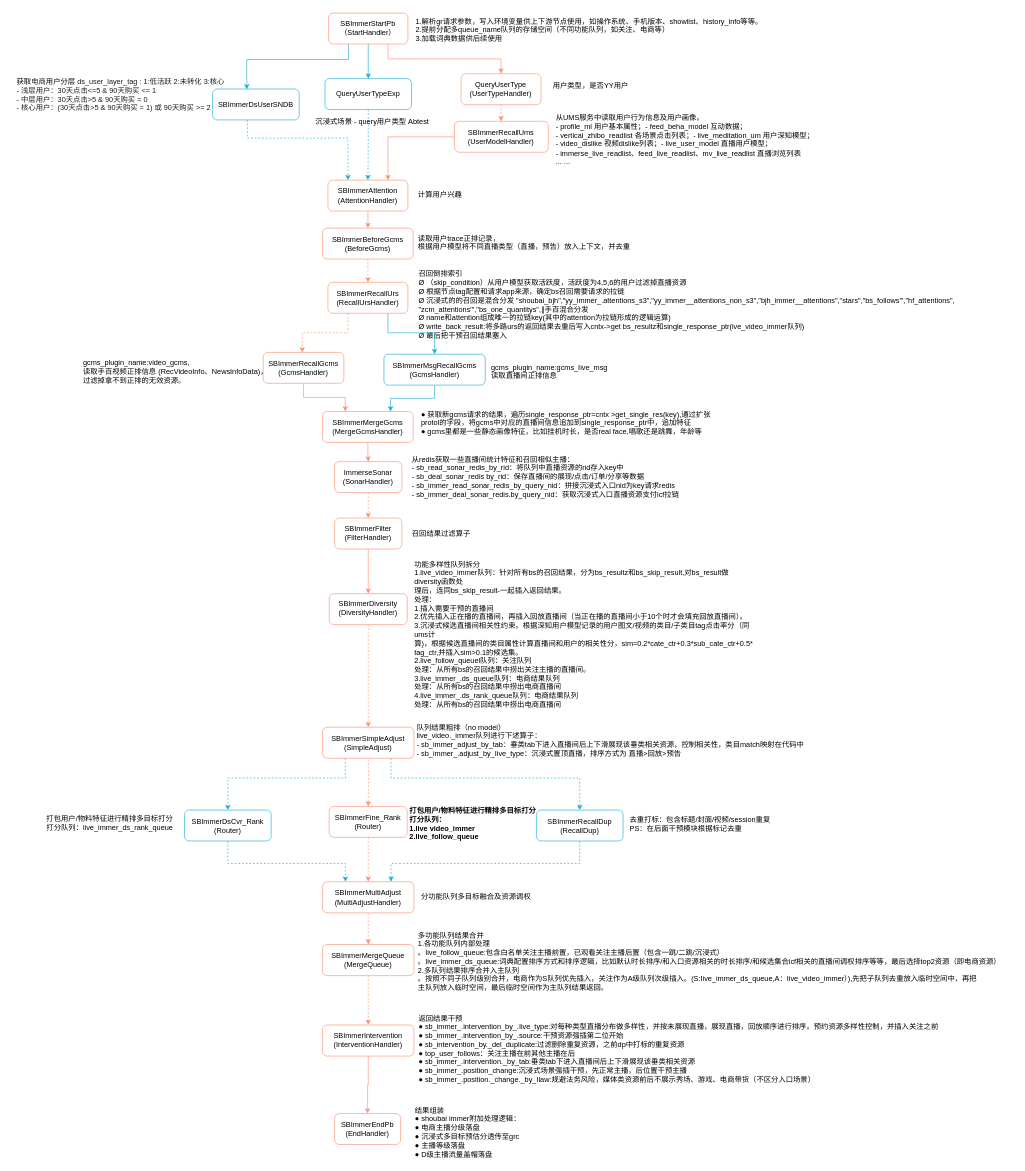
Before: live_video_immer.flow.drawio in snorlaxse/draw.io, a draw.io diagram. Source tidied: cells renumbered, new cells numbered last; positions are measured from the earlier drawing's top-left corner, leaving out a move shared by most shapes. Both pictures are drawn from the tidied source at 61%, with x=0, y=0 at pixel (10, 10).
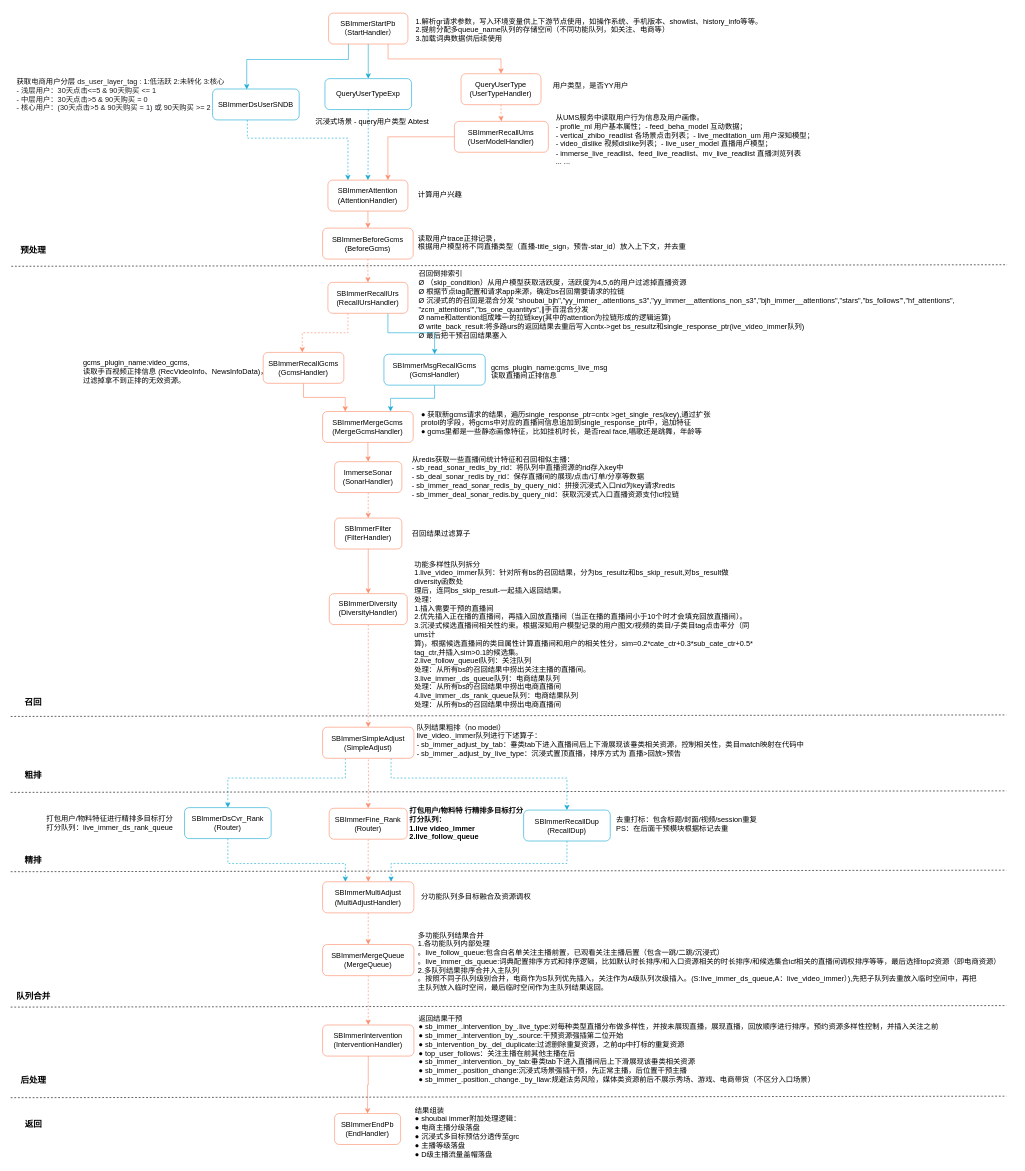
The same diagram, later.

Unchanged cells that the change refers to:
```xml
<mxCell id="39" value="SBImmerSimpleAdjust&lt;div&gt;(SimpleAdjust)&lt;br&gt;&lt;/div&gt;" style="rounded=1;whiteSpace=wrap;html=1;strokeColor=#FC8D6A;" parent="1" vertex="1">
  <mxGeometry x="511.3" y="1174.6" width="149.7" height="51" as="geometry" />
</mxCell>
<mxCell id="40" value="SBImmerMultiAdjust&lt;div&gt;(MultiAdjustHandler)&lt;br&gt;&lt;/div&gt;" style="rounded=1;whiteSpace=wrap;html=1;strokeColor=#FC8D6A;" parent="1" vertex="1">
  <mxGeometry x="511.3" y="1428" width="149.7" height="51" as="geometry" />
</mxCell>
```

Change to the diagram source:
```diff
@@
+    <mxCell id="72" style="endArrow=none;dashed=1;html=1;rounded=0;entryX=0.983;entryY=-0.01;entryDx=0;entryDy=0;entryPerimeter=0;" parent="1" edge="1">
+      <mxGeometry relative="1" as="geometry">
+        <mxPoint x="1" y="419" as="sourcePoint" />
+        <mxPoint x="1633.4" y="416.5" as="targetPoint" />
+      </mxGeometry>
+    </mxCell>
@@
-    <mxCell id="6" value="读取用户trace正排记录，&#10;根据用户模型将不同直播类型（直播，预告）放入上下文，并去重" style="text;whiteSpace=wrap;" parent="1" vertex="1">
+    <mxCell id="6" value="读取用户trace正排记录，&#10;根据用户模型将不同直播类型（直播-title_sign，预告-star_id）放入上下文，并去重" style="text;whiteSpace=wrap;" parent="1" vertex="1">
       <mxGeometry x="666" y="360" width="450" height="40" as="geometry" />
     </mxCell>
@@
     <mxCell id="36" style="edgeStyle=orthogonalEdgeStyle;rounded=0;jettySize=auto;html=1;exitX=0.75;exitY=1;exitDx=0;exitDy=0;strokeColor=#17AAD5;dashed=1;entryX=0.5;entryY=0;entryDx=0;entryDy=0;" parent="1" edge="1" source="39" target="53">
       <mxGeometry relative="1" as="geometry">
         <Array as="points">
           <mxPoint x="624" y="1258" />
-          <mxPoint x="933" y="1258" />
+          <mxPoint x="912" y="1258" />
         </Array>
       </mxGeometry>
     </mxCell>
     <mxCell id="37" value="SBImmerFine_Rank&lt;div&gt;(Router)&lt;br&gt;&lt;/div&gt;" style="rounded=1;whiteSpace=wrap;html=1;strokeColor=#FC8D6A;" parent="1" vertex="1">
-      <mxGeometry x="522.2" y="1304.5" width="127.8" height="50.7" as="geometry" />
+      <mxGeometry x="522.2" y="1307.5" width="127.8" height="50.7" as="geometry" />
     </mxCell>
@@
     <mxCell id="51" value="SBImmerDsCvr_Rank&lt;div&gt;(Router)&lt;br&gt;&lt;/div&gt;" style="rounded=1;whiteSpace=wrap;html=1;strokeColor=#17AAD5;" parent="1" vertex="1">
-      <mxGeometry x="285" y="1310.5" width="142" height="50.7" as="geometry" />
+      <mxGeometry x="285" y="1306.5" width="142" height="50.7" as="geometry" />
     </mxCell>
     <mxCell id="52" style="edgeStyle=orthogonalEdgeStyle;rounded=0;jettySize=auto;html=1;entryX=0.75;entryY=0;entryDx=0;entryDy=0;dashed=1;strokeColor=#17AAD5;" parent="1" edge="1" source="53" target="40">
       <mxGeometry relative="1" as="geometry">
         <Array as="points">
-          <mxPoint x="933" y="1398" />
+          <mxPoint x="912" y="1398" />
           <mxPoint x="624" y="1398" />
         </Array>
       </mxGeometry>
     </mxCell>
     <mxCell id="53" value="SBImmerRecallDup&lt;div&gt;(RecallDup)&lt;br&gt;&lt;/div&gt;" style="rounded=1;whiteSpace=wrap;html=1;strokeColor=#17AAD5;" parent="1" vertex="1">
-      <mxGeometry x="861.9" y="1310.5" width="142" height="50.7" as="geometry" />
+      <mxGeometry x="840.9" y="1310.5" width="142" height="50.7" as="geometry" />
     </mxCell>
@@
-    <mxCell id="62" value="打包用户/物料特征进行精排多目标打分&#10;打分队列：&#10;1.live video_immer&#10;2.live_follow_queue" style="text;whiteSpace=wrap;fontStyle=1;" parent="1" vertex="1">
+    <mxCell id="62" value="打包用户/物料特 行精排多目标打分&#10;打分队列：&#10;1.live video_immer&#10;2.live_follow_queue" style="text;whiteSpace=wrap;fontStyle=1;" parent="1" vertex="1">
       <mxGeometry x="652" y="1298" width="240" height="80" as="geometry" />
     </mxCell>
     <mxCell id="63" value="去重打标：包含标题/封面/视频/session重复&#10;PS：在后面干预模块根据标记去重" style="text;whiteSpace=wrap;" parent="1" vertex="1">
-      <mxGeometry x="1013" y="1313" width="260" height="50" as="geometry" />
+      <mxGeometry x="991" y="1313" width="260" height="50" as="geometry" />
     </mxCell>
@@
+    <mxCell id="73" style="endArrow=none;dashed=1;html=1;rounded=0;entryX=0.983;entryY=-0.01;entryDx=0;entryDy=0;entryPerimeter=0;" parent="1" edge="1">
+      <mxGeometry relative="1" as="geometry">
+        <mxPoint y="1157" as="sourcePoint" />
+        <mxPoint x="1632.4" y="1154.5" as="targetPoint" />
+      </mxGeometry>
+    </mxCell>
+    <mxCell id="74" style="endArrow=none;dashed=1;html=1;rounded=0;entryX=0.983;entryY=-0.01;entryDx=0;entryDy=0;entryPerimeter=0;" parent="1" edge="1">
+      <mxGeometry relative="1" as="geometry">
+        <mxPoint y="1281.5" as="sourcePoint" />
+        <mxPoint x="1632.4" y="1279" as="targetPoint" />
+      </mxGeometry>
+    </mxCell>
+    <mxCell id="75" style="endArrow=none;dashed=1;html=1;rounded=0;entryX=0.983;entryY=-0.01;entryDx=0;entryDy=0;entryPerimeter=0;" parent="1" edge="1">
+      <mxGeometry relative="1" as="geometry">
+        <mxPoint y="1411.5" as="sourcePoint" />
+        <mxPoint x="1632.4" y="1409" as="targetPoint" />
+      </mxGeometry>
+    </mxCell>
+    <mxCell id="76" style="endArrow=none;dashed=1;html=1;rounded=0;entryX=0.983;entryY=-0.01;entryDx=0;entryDy=0;entryPerimeter=0;" parent="1" edge="1">
+      <mxGeometry relative="1" as="geometry">
+        <mxPoint y="1633.5" as="sourcePoint" />
+        <mxPoint x="1632.4" y="1631" as="targetPoint" />
+      </mxGeometry>
+    </mxCell>
+    <mxCell id="77" style="endArrow=none;dashed=1;html=1;rounded=0;entryX=0.983;entryY=-0.01;entryDx=0;entryDy=0;entryPerimeter=0;" parent="1" edge="1">
+      <mxGeometry relative="1" as="geometry">
+        <mxPoint y="1782" as="sourcePoint" />
+        <mxPoint x="1632.4" y="1779.5" as="targetPoint" />
+      </mxGeometry>
+    </mxCell>
+    <mxCell id="78" value="&lt;b&gt;&lt;font style=&quot;font-size: 14px;&quot;&gt;预处理&lt;/font&gt;&lt;/b&gt;" style="text;html=1;align=center;verticalAlign=middle;whiteSpace=wrap;rounded=0;" parent="1" vertex="1">
+      <mxGeometry x="7" y="377.2" width="60" height="30" as="geometry" />
+    </mxCell>
+    <mxCell id="79" value="&lt;b&gt;&lt;font style=&quot;font-size: 14px;&quot;&gt;召回&lt;/font&gt;&lt;/b&gt;" style="text;html=1;align=center;verticalAlign=middle;whiteSpace=wrap;rounded=0;" parent="1" vertex="1">
+      <mxGeometry x="12" y="1119" width="50" height="30" as="geometry" />
+    </mxCell>
+    <mxCell id="80" value="&lt;b&gt;&lt;font style=&quot;font-size: 14px;&quot;&gt;粗排&lt;/font&gt;&lt;/b&gt;" style="text;html=1;align=center;verticalAlign=middle;whiteSpace=wrap;rounded=0;" parent="1" vertex="1">
+      <mxGeometry x="12" y="1239" width="50" height="30" as="geometry" />
+    </mxCell>
+    <mxCell id="81" value="&lt;b&gt;&lt;font style=&quot;font-size: 14px;&quot;&gt;精排&lt;/font&gt;&lt;/b&gt;" style="text;html=1;align=center;verticalAlign=middle;whiteSpace=wrap;rounded=0;" parent="1" vertex="1">
+      <mxGeometry x="12" y="1378" width="50" height="30" as="geometry" />
+    </mxCell>
+    <mxCell id="82" value="&lt;b&gt;&lt;font style=&quot;font-size: 14px;&quot;&gt;队列合并&lt;/font&gt;&lt;/b&gt;" style="text;html=1;align=center;verticalAlign=middle;whiteSpace=wrap;rounded=0;" parent="1" vertex="1">
+      <mxGeometry x="-0.5" y="1601" width="75" height="30" as="geometry" />
+    </mxCell>
+    <mxCell id="83" value="&lt;b&gt;&lt;font style=&quot;font-size: 14px;&quot;&gt;后处理&lt;/font&gt;&lt;/b&gt;" style="text;html=1;align=center;verticalAlign=middle;whiteSpace=wrap;rounded=0;" parent="1" vertex="1">
+      <mxGeometry x="-0.5" y="1738" width="75" height="30" as="geometry" />
+    </mxCell>
+    <mxCell id="84" value="&lt;font style=&quot;font-size: 14px;&quot;&gt;&lt;b&gt;返回&lt;/b&gt;&lt;/font&gt;" style="text;html=1;align=center;verticalAlign=middle;whiteSpace=wrap;rounded=0;" parent="1" vertex="1">
+      <mxGeometry y="1811" width="75" height="30" as="geometry" />
+    </mxCell>
```
